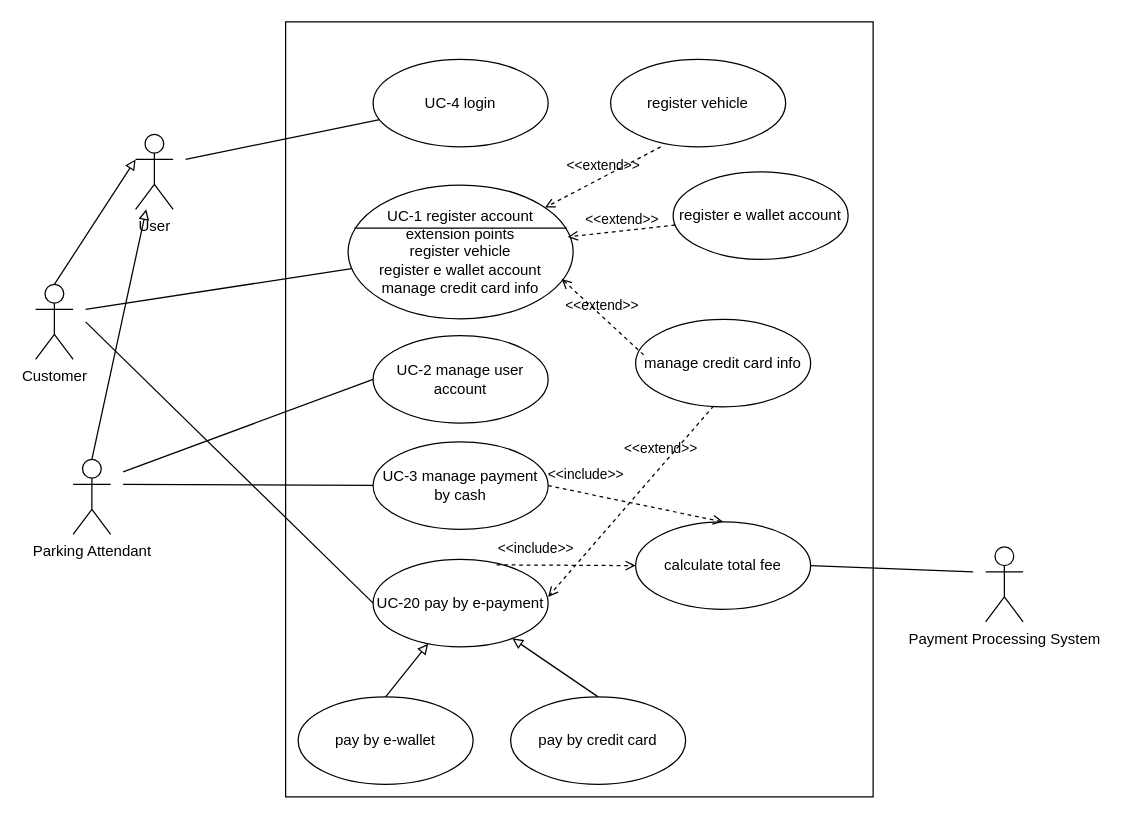
Before: Untitled Diagram.drawio in justn0thinghere/drawio, a draw.io diagram. Source tidied: cells renumbered, new cells numbered last; positions are measured from the earlier drawing's top-left corner, leaving out a move shared by most shapes. Both pictures are drawn from the tidied source at 125%, with x=0, y=0 at pixel (35, 21).
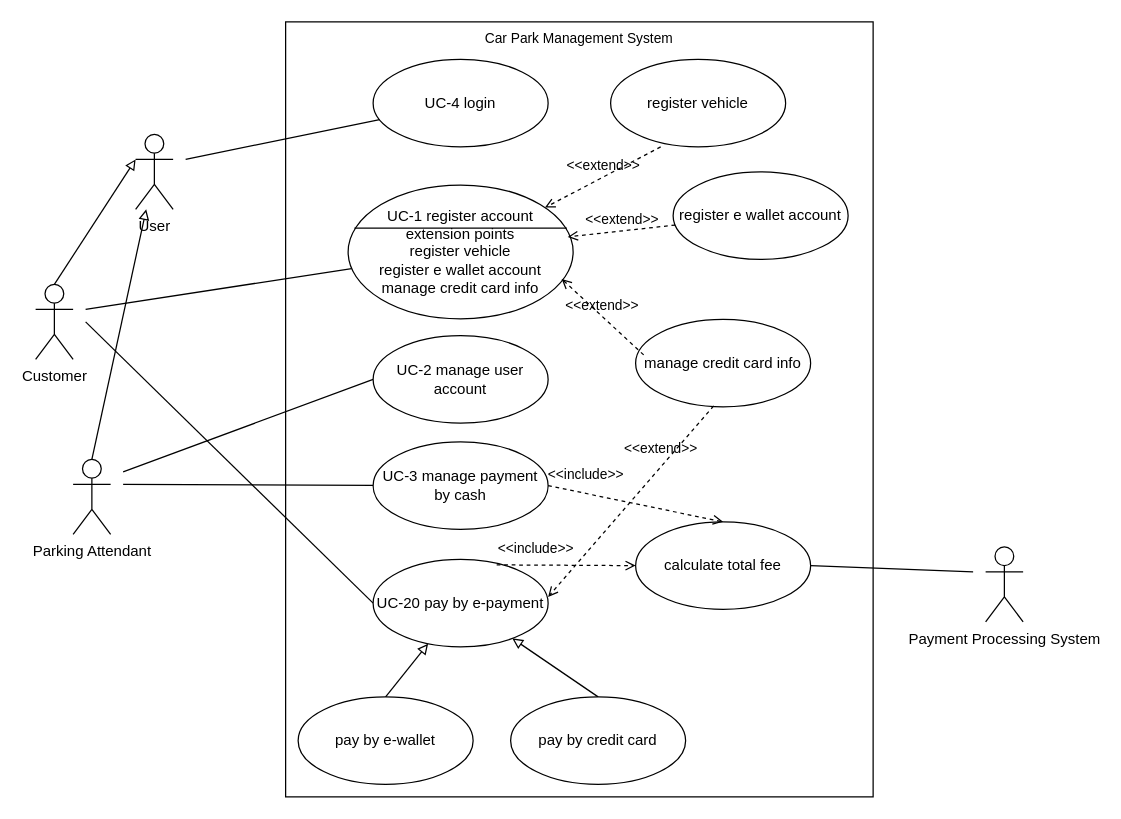
The same page after the edit.

Change to the diagram source:
```diff
@@
-    <mxCell id="2" style="rounded=0;whiteSpace=wrap;html=1;strokeColor=default;align=center;verticalAlign=middle;fontFamily=Helvetica;fontSize=11;fontColor=default;labelBackgroundColor=default;" parent="1" vertex="1">
+    <mxCell id="2" value="&lt;div&gt;Car Park Management System&lt;/div&gt;&lt;div&gt;&lt;br&gt;&lt;/div&gt;&lt;div&gt;&lt;br&gt;&lt;/div&gt;&lt;div&gt;&lt;br&gt;&lt;/div&gt;&lt;div&gt;&lt;br&gt;&lt;/div&gt;&lt;div&gt;&lt;br&gt;&lt;/div&gt;&lt;div&gt;&lt;br&gt;&lt;/div&gt;&lt;div&gt;&lt;br&gt;&lt;/div&gt;&lt;div&gt;&lt;br&gt;&lt;/div&gt;&lt;div&gt;&lt;br&gt;&lt;/div&gt;&lt;div&gt;&lt;br&gt;&lt;/div&gt;&lt;div&gt;&lt;br&gt;&lt;/div&gt;&lt;div&gt;&lt;br&gt;&lt;/div&gt;&lt;div&gt;&lt;br&gt;&lt;/div&gt;&lt;div&gt;&lt;br&gt;&lt;/div&gt;&lt;div&gt;&lt;br&gt;&lt;/div&gt;&lt;div&gt;&lt;br&gt;&lt;/div&gt;&lt;div&gt;&lt;br&gt;&lt;/div&gt;&lt;div&gt;&lt;br&gt;&lt;/div&gt;&lt;div&gt;&lt;br&gt;&lt;/div&gt;&lt;div&gt;&lt;br&gt;&lt;/div&gt;&lt;div&gt;&lt;br&gt;&lt;/div&gt;&lt;div&gt;&lt;br&gt;&lt;/div&gt;&lt;div&gt;&lt;br&gt;&lt;/div&gt;&lt;div&gt;&lt;br&gt;&lt;/div&gt;&lt;div&gt;&lt;br&gt;&lt;/div&gt;&lt;div&gt;&lt;br&gt;&lt;/div&gt;&lt;div&gt;&lt;br&gt;&lt;/div&gt;&lt;div&gt;&lt;br&gt;&lt;/div&gt;&lt;div&gt;&lt;br&gt;&lt;/div&gt;&lt;div&gt;&lt;br&gt;&lt;/div&gt;&lt;div&gt;&lt;br&gt;&lt;/div&gt;&lt;div&gt;&lt;br&gt;&lt;/div&gt;&lt;div&gt;&lt;br&gt;&lt;/div&gt;&lt;div&gt;&lt;br&gt;&lt;/div&gt;&lt;div&gt;&lt;br&gt;&lt;/div&gt;&lt;div&gt;&lt;br&gt;&lt;/div&gt;&lt;div&gt;&lt;br&gt;&lt;/div&gt;&lt;div&gt;&lt;br&gt;&lt;/div&gt;&lt;div&gt;&lt;br&gt;&lt;/div&gt;&lt;div&gt;&lt;br&gt;&lt;/div&gt;&lt;div&gt;&lt;br&gt;&lt;/div&gt;&lt;div&gt;&lt;br&gt;&lt;/div&gt;&lt;div&gt;&lt;br&gt;&lt;/div&gt;&lt;div&gt;&lt;br&gt;&lt;/div&gt;&lt;div&gt;&lt;br&gt;&lt;/div&gt;" style="rounded=0;whiteSpace=wrap;html=1;strokeColor=default;align=center;verticalAlign=middle;fontFamily=Helvetica;fontSize=11;fontColor=default;labelBackgroundColor=default;" parent="1" vertex="1">
       <mxGeometry x="200" width="470" height="620" as="geometry" />
     </mxCell>
```
